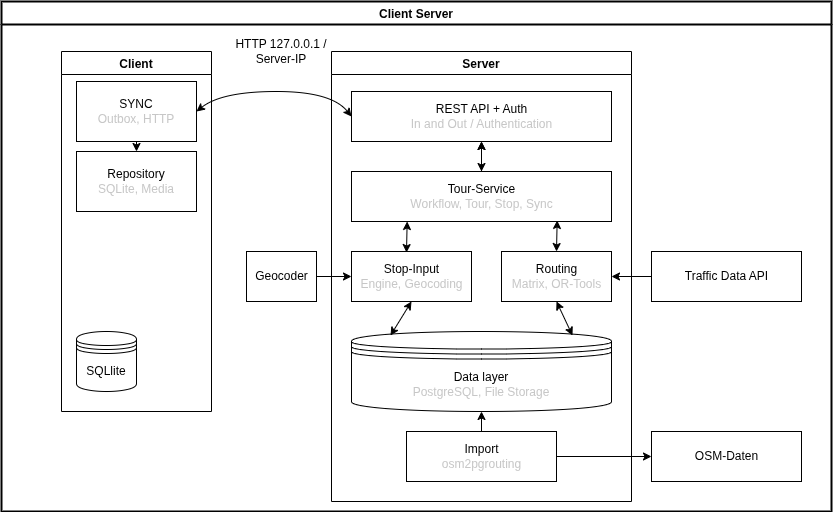
The draw.io diagram docs/architecture/data-architecture.drawio.png in gabrielbindi/VoBi-Tour, before a commit. Source tidied: cells renumbered, new cells last; positions are measured from the earlier drawing's top-left corner, leaving out a move shared by most shapes.
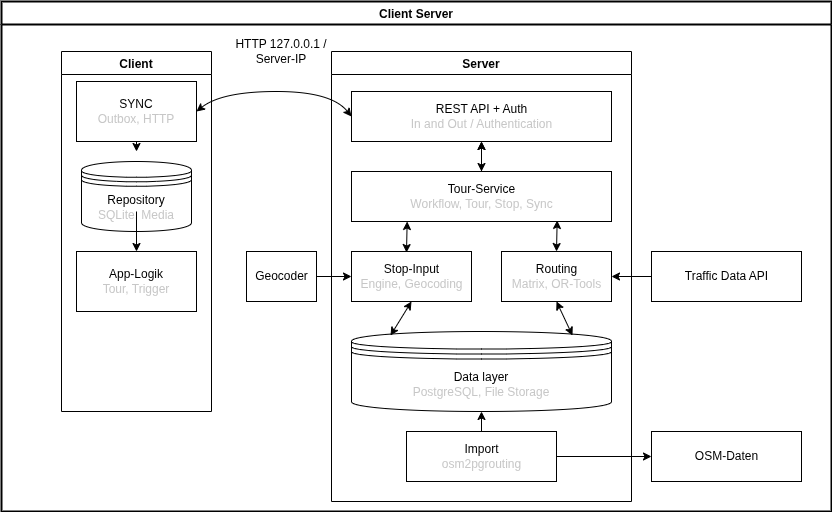
After the commit.

What changed in the source:
```diff
@@ -53,18 +53,25 @@
     <mxCell id="17" value="Client" style="swimlane;strokeColor=#000000;" parent="2" vertex="1">
       <mxGeometry x="60" y="50" width="150" height="360" as="geometry" />
     </mxCell>
-    <mxCell id="18" style="edgeStyle=none;html=1;strokeColor=#000000;fontColor=#C7C7C7;endArrow=classic;endFill=1;" parent="17" edge="1" source="19" target="21">
-      <mxGeometry relative="1" as="geometry" />
+    <mxCell id="18" style="edgeStyle=none;html=1;strokeColor=#000000;fontColor=#C7C7C7;endArrow=classic;endFill=1;" parent="17" edge="1" source="19">
+      <mxGeometry relative="1" as="geometry">
+        <mxPoint x="75" y="100" as="targetPoint" />
+      </mxGeometry>
     </mxCell>
     <mxCell id="19" value="SYNC&lt;br&gt;&lt;font color=&quot;#c7c7c7&quot;&gt;Outbox, HTTP&lt;/font&gt;" style="rounded=0;whiteSpace=wrap;html=1;" parent="17" vertex="1">
       <mxGeometry x="15" y="30" width="120" height="60" as="geometry" />
     </mxCell>
-    <mxCell id="20" value="SQLlite" style="shape=datastore;whiteSpace=wrap;html=1;" parent="17" vertex="1">
-      <mxGeometry x="15" y="280" width="60" height="60" as="geometry" />
+    <mxCell id="20" value="Repository&lt;br&gt;&lt;font color=&quot;#c7c7c7&quot;&gt;SQLite, Media&lt;/font&gt;" style="shape=datastore;whiteSpace=wrap;html=1;" parent="17" vertex="1">
+      <mxGeometry x="20" y="110" width="110" height="70" as="geometry" />
     </mxCell>
-    <mxCell id="21" value="Repository&lt;br&gt;&lt;font color=&quot;#c7c7c7&quot;&gt;SQLite, Media&lt;/font&gt;" style="rounded=0;whiteSpace=wrap;html=1;" parent="17" vertex="1">
-      <mxGeometry x="15" y="100" width="120" height="60" as="geometry" />
-    </mxCell>
+    <mxCell id="30" style="edgeStyle=none;html=1;strokeColor=#000000;fontColor=#C7C7C7;endArrow=classic;endFill=1;" parent="17" edge="1" target="31">
+      <mxGeometry relative="1" as="geometry">
+        <mxPoint x="75" y="160" as="sourcePoint" />
+      </mxGeometry>
+    </mxCell>
+    <mxCell id="31" value="App-Logik&lt;br&gt;&lt;font color=&quot;#c7c7c7&quot;&gt;Tour, Trigger&lt;/font&gt;" style="rounded=0;whiteSpace=wrap;html=1;" parent="17" vertex="1">
+      <mxGeometry x="15" y="200" width="120" height="60" as="geometry" />
+    </mxCell>
     <mxCell id="22" style="curved=1;endArrow=classic;html=1;exitX=0;exitY=0.5;exitDx=0;exitDy=0;entryX=1;entryY=0.5;entryDx=0;entryDy=0;strokeColor=#000000;endFill=1;startArrow=classic;startFill=1;" parent="2" edge="1" source="4" target="19">
       <mxGeometry x="0.12" y="-7.13" relative="1" as="geometry">
         <Array as="points">
```
